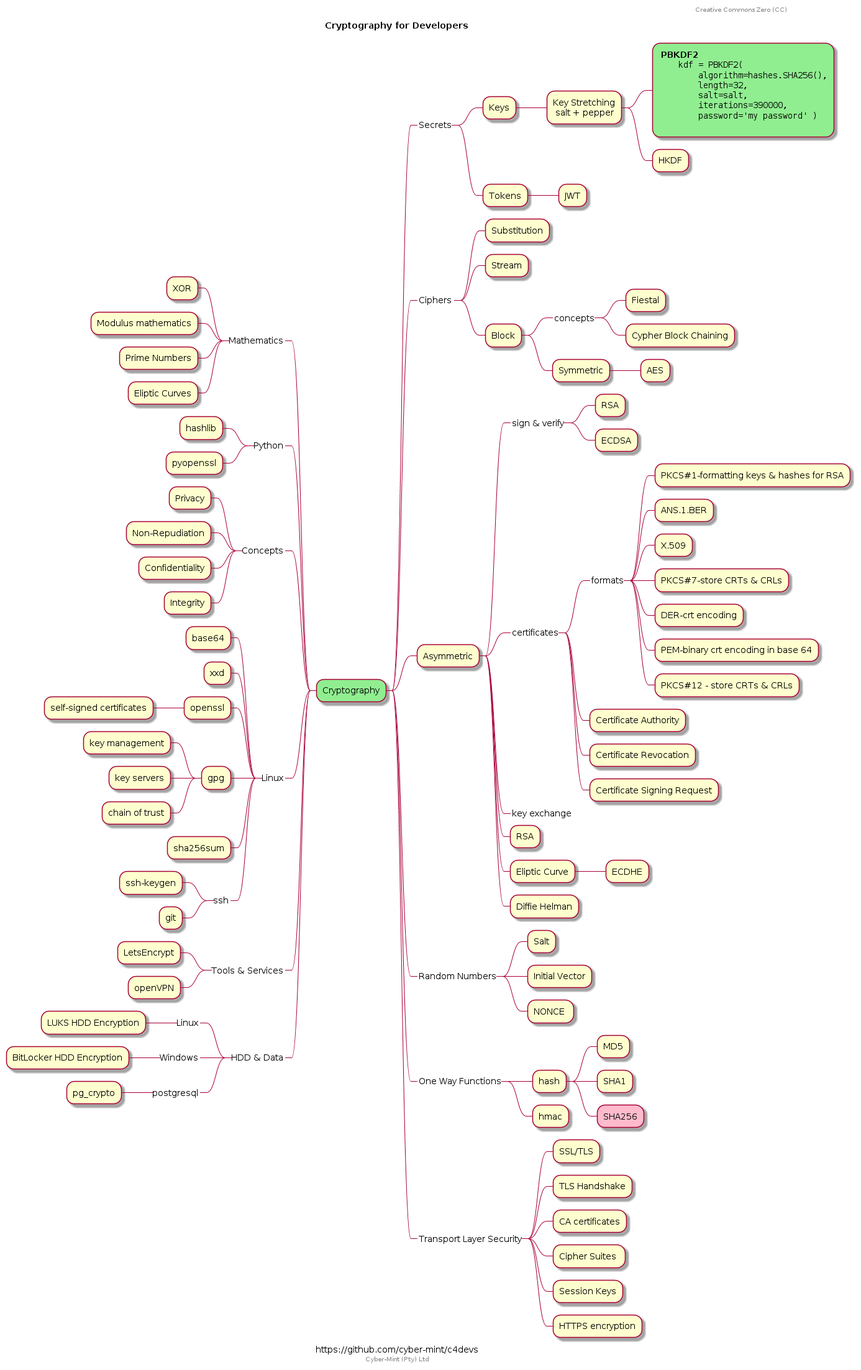
This is out/cryptography/cryptography.png from Cyber-Mint/c4devs, a PlantUML export, as it was before one commit.
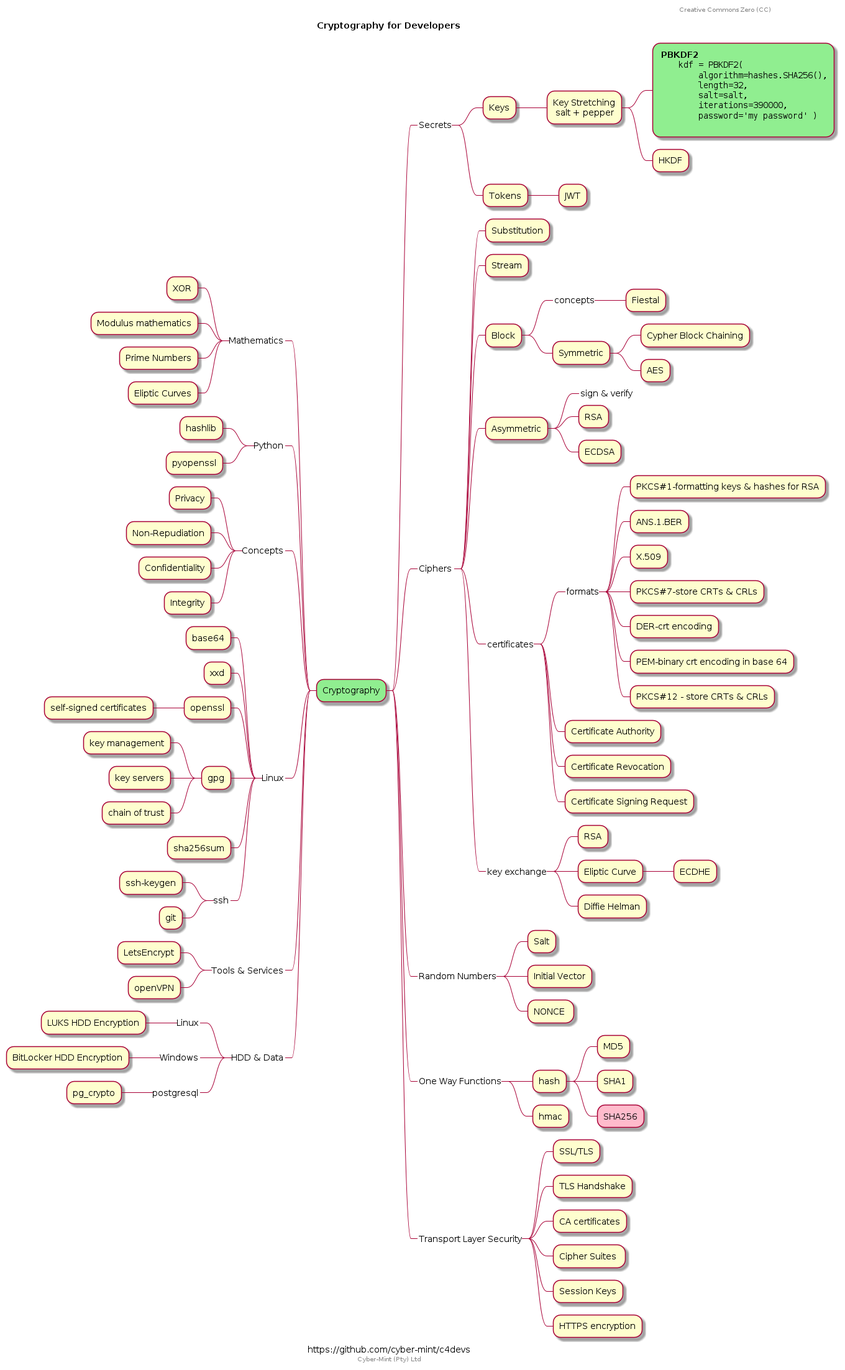
Later version of the same file.

Diff of the diagram source:
```diff
@@ -30,11 +30,11 @@
   * Block
    *_ concepts
     * Fiestal
+   * Symmetric
     * Cypher Block Chaining
-   * Symmetric
     * AES
- * Asymmetric
-  *_ sign & verify
+  * Asymmetric
+   *_ sign & verify
    * RSA
    * ECDSA
   *_ certificates
@@ -50,10 +50,10 @@
    * Certificate Revocation
    * Certificate Signing Request
   *_ key exchange
-  * RSA
-  * Eliptic Curve
-   * ECDHE
-  * Diffie Helman
+   * RSA
+   * Eliptic Curve
+    * ECDHE
+   * Diffie Helman
 
  *_ Random Numbers
   * Salt
```
